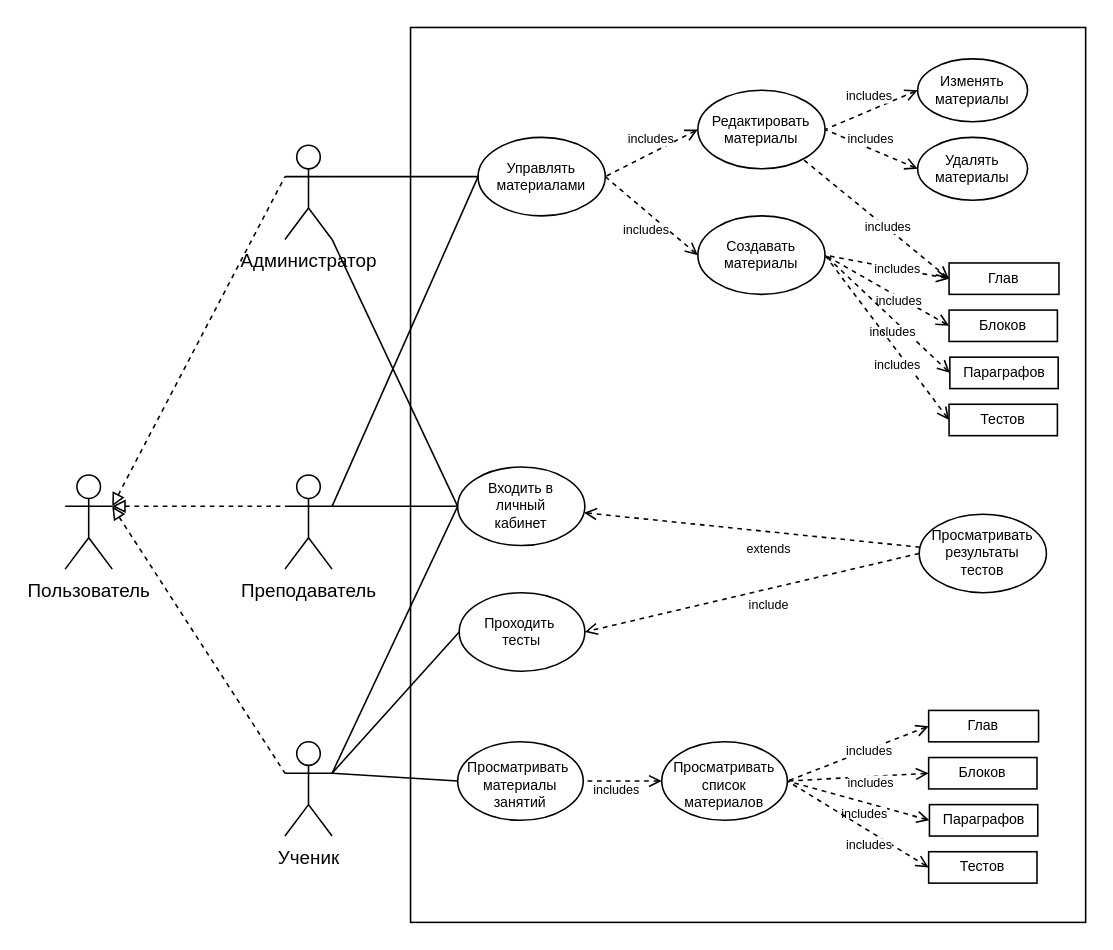
The draw.io diagram Use case diagramm.drawio in JSamuraiL/drawio, before the edit. Source tidied: cells renumbered, new cells numbered last; positions are measured from the earlier drawing's top-left corner, leaving out a move shared by most shapes. Both pictures are drawn from the tidied source at 157%, with x=0, y=0 at pixel (64, 27).
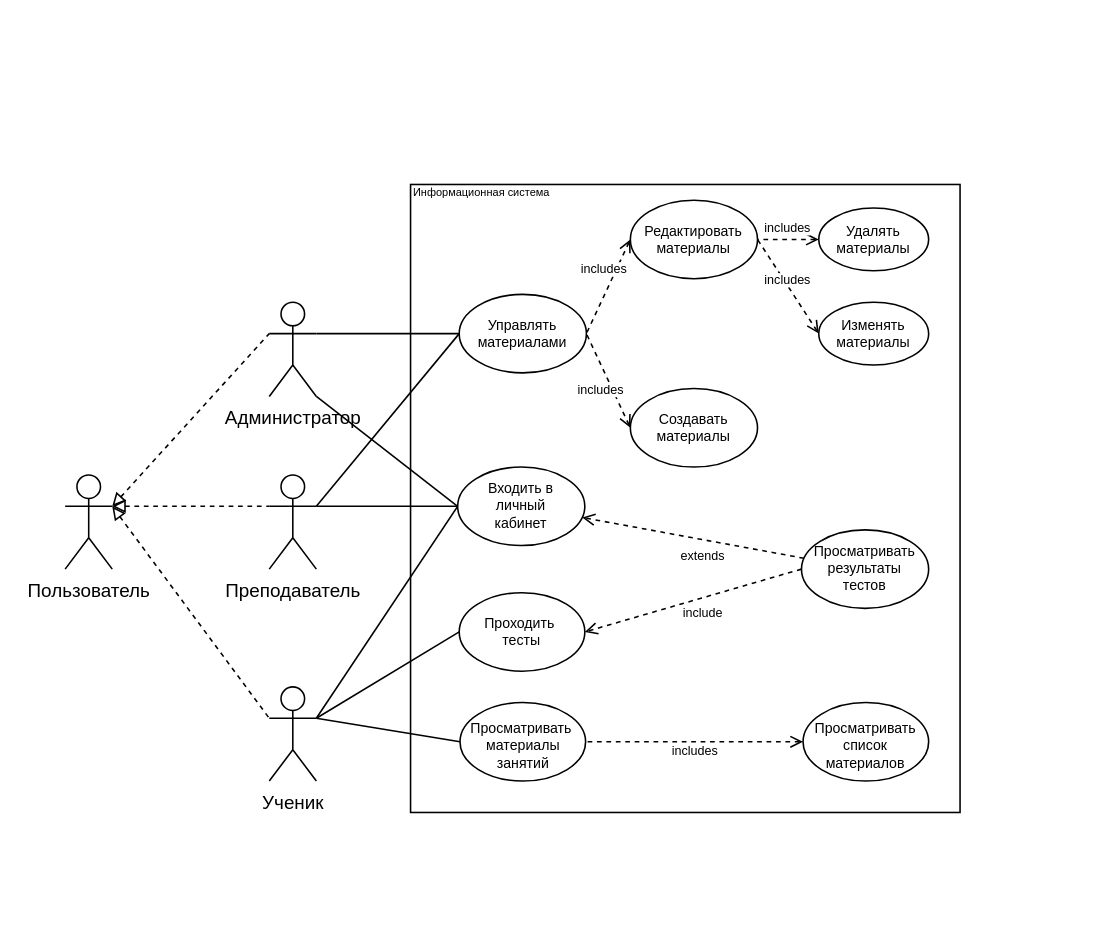
The same page after the edit.

The change refers to these unchanged cells:
```xml
<mxCell id="46" style="rounded=0;jettySize=auto;dashed=1;html=1;endArrow=none;startFill=0;startArrow=open;exitX=0;exitY=0.5;exitDx=0;exitDy=0;entryX=1;entryY=0.5;entryDx=0;entryDy=0;" parent="1" edge="1" source="39" target="42">
  <mxGeometry relative="1" as="geometry" />
</mxCell>
```

Diff of the diagram source:
```diff
@@
     <mxCell id="2" style="rounded=0;whiteSpace=wrap;html=1;" parent="1" vertex="1">
-      <mxGeometry x="220" width="430" height="570" as="geometry" />
+      <mxGeometry x="220" y="100" width="350" height="400" as="geometry" />
     </mxCell>
@@
     <mxCell id="4" value="Просматривать&amp;nbsp;&lt;br&gt;материалы&lt;br&gt;занятий" style="ellipse;whiteSpace=wrap;html=1;fontSize=9;align=center;spacing=2;spacingTop=5;" parent="1" vertex="1">
-      <mxGeometry x="250" y="455" width="80" height="50" as="geometry" />
+      <mxGeometry x="251.5" y="430" width="80" height="50" as="geometry" />
     </mxCell>
     <mxCell id="5" value="Администратор" style="shape=umlActor;verticalLabelPosition=bottom;verticalAlign=top;html=1;outlineConnect=0;" parent="1" vertex="1">
-      <mxGeometry x="140" y="75" width="30" height="60" as="geometry" />
+      <mxGeometry x="130" y="175" width="30" height="60" as="geometry" />
     </mxCell>
@@
     <mxCell id="7" value="Преподаватель" style="shape=umlActor;verticalLabelPosition=bottom;verticalAlign=top;html=1;outlineConnect=0;" parent="1" vertex="1">
-      <mxGeometry x="140" y="285" width="30" height="60" as="geometry" />
+      <mxGeometry x="130" y="285" width="30" height="60" as="geometry" />
     </mxCell>
     <mxCell id="8" value="Ученик" style="shape=umlActor;verticalLabelPosition=bottom;verticalAlign=top;html=1;outlineConnect=0;" parent="1" vertex="1">
-      <mxGeometry x="140" y="455" width="30" height="60" as="geometry" />
+      <mxGeometry x="130" y="420" width="30" height="60" as="geometry" />
     </mxCell>
@@
     <mxCell id="20" value="Просматривать&lt;br&gt;результаты&lt;br&gt;тестов" style="ellipse;whiteSpace=wrap;html=1;fontSize=9;" parent="1" vertex="1">
-      <mxGeometry x="544" y="310" width="81" height="50" as="geometry" />
+      <mxGeometry x="469" y="320" width="81" height="50" as="geometry" />
     </mxCell>
     <mxCell id="21" value="Просматривать&lt;br&gt;список&lt;br&gt;материалов" style="ellipse;whiteSpace=wrap;html=1;fontSize=9;align=center;spacing=2;spacingTop=5;" parent="1" vertex="1">
-      <mxGeometry x="380" y="455" width="80" height="50" as="geometry" />
+      <mxGeometry x="470" y="430" width="80" height="50" as="geometry" />
     </mxCell>
-    <mxCell id="22" value="Глав" style="rounded=0;whiteSpace=wrap;html=1;strokeColor=default;align=center;verticalAlign=middle;spacingTop=0;spacing=2;fontFamily=Helvetica;fontSize=9;fontColor=default;fillColor=default;" parent="1" vertex="1">
-      <mxGeometry x="550" y="435" width="70" height="20" as="geometry" />
-    </mxCell>
-    <mxCell id="23" value="Блоков" style="rounded=0;whiteSpace=wrap;html=1;strokeColor=default;align=center;verticalAlign=middle;spacingTop=0;spacing=2;fontFamily=Helvetica;fontSize=9;fontColor=default;fillColor=default;" parent="1" vertex="1">
-      <mxGeometry x="550" y="465" width="69" height="20" as="geometry" />
-    </mxCell>
-    <mxCell id="24" value="Параграфов" style="rounded=0;whiteSpace=wrap;html=1;strokeColor=default;align=center;verticalAlign=middle;spacingTop=0;spacing=2;fontFamily=Helvetica;fontSize=9;fontColor=default;fillColor=default;" parent="1" vertex="1">
-      <mxGeometry x="550.5" y="495" width="69" height="20" as="geometry" />
-    </mxCell>
-    <mxCell id="25" value="Тестов" style="rounded=0;whiteSpace=wrap;html=1;strokeColor=default;align=center;verticalAlign=middle;spacingTop=0;spacing=2;fontFamily=Helvetica;fontSize=9;fontColor=default;fillColor=default;" parent="1" vertex="1">
-      <mxGeometry x="550" y="525" width="69" height="20" as="geometry" />
-    </mxCell>
-    <mxCell id="26" style="rounded=0;jettySize=auto;dashed=1;html=1;endArrow=none;startFill=0;startArrow=open;exitX=0;exitY=0.5;exitDx=0;exitDy=0;entryX=1;entryY=0.5;entryDx=0;entryDy=0;" parent="1" edge="1" source="22" target="21">
-      <mxGeometry relative="1" as="geometry" />
-    </mxCell>
-    <mxCell id="27" value="includes" style="edgeLabel;html=1;align=center;verticalAlign=middle;fontSize=8;" parent="26" vertex="1">
-      <mxGeometry x="-0.11" y="-1" relative="1" as="geometry">
-        <mxPoint x="2" y="1" as="offset" />
-      </mxGeometry>
-    </mxCell>
-    <mxCell id="28" style="rounded=0;jettySize=auto;dashed=1;html=1;endArrow=none;startFill=0;startArrow=open;exitX=0;exitY=0.5;exitDx=0;exitDy=0;entryX=1;entryY=0.5;entryDx=0;entryDy=0;" parent="1" edge="1" source="23" target="21">
-      <mxGeometry relative="1" as="geometry" />
-    </mxCell>
-    <mxCell id="29" value="includes" style="edgeLabel;html=1;align=center;verticalAlign=middle;fontSize=8;" parent="28" vertex="1">
-      <mxGeometry x="-0.11" y="-1" relative="1" as="geometry">
-        <mxPoint x="2" y="4" as="offset" />
-      </mxGeometry>
-    </mxCell>
-    <mxCell id="30" style="rounded=0;jettySize=auto;dashed=1;html=1;endArrow=none;startFill=0;startArrow=open;exitX=0;exitY=0.5;exitDx=0;exitDy=0;entryX=1;entryY=0.5;entryDx=0;entryDy=0;" parent="1" edge="1" source="24" target="21">
-      <mxGeometry relative="1" as="geometry" />
-    </mxCell>
-    <mxCell id="31" value="includes" style="edgeLabel;html=1;align=center;verticalAlign=middle;fontSize=8;" parent="30" vertex="1">
-      <mxGeometry x="-0.11" y="-1" relative="1" as="geometry">
-        <mxPoint x="-2" y="8" as="offset" />
-      </mxGeometry>
-    </mxCell>
-    <mxCell id="32" style="rounded=0;jettySize=auto;dashed=1;html=1;endArrow=none;startFill=0;startArrow=open;exitX=0;exitY=0.5;exitDx=0;exitDy=0;entryX=1;entryY=0.5;entryDx=0;entryDy=0;" parent="1" edge="1" source="25" target="21">
-      <mxGeometry relative="1" as="geometry" />
-    </mxCell>
-    <mxCell id="33" value="includes" style="edgeLabel;html=1;align=center;verticalAlign=middle;fontSize=8;" parent="32" vertex="1">
-      <mxGeometry x="-0.11" y="-1" relative="1" as="geometry">
-        <mxPoint x="1" y="11" as="offset" />
-      </mxGeometry>
-    </mxCell>
@@
     <mxCell id="38" value="Редактировать&lt;br&gt;материалы" style="ellipse;whiteSpace=wrap;html=1;fontSize=9;" parent="1" vertex="1">
-      <mxGeometry x="403" y="40" width="81" height="50" as="geometry" />
+      <mxGeometry x="360" y="110" width="81" height="50" as="geometry" />
     </mxCell>
     <mxCell id="39" value="Создавать&lt;br&gt;материалы" style="ellipse;whiteSpace=wrap;html=1;fontSize=9;" parent="1" vertex="1">
-      <mxGeometry x="403" y="120" width="81" height="50" as="geometry" />
+      <mxGeometry x="360" y="230" width="81" height="50" as="geometry" />
     </mxCell>
     <mxCell id="40" value="Изменять&lt;br&gt;материалы" style="ellipse;whiteSpace=wrap;html=1;fontSize=9;" parent="1" vertex="1">
-      <mxGeometry x="543" y="20" width="70" height="40" as="geometry" />
+      <mxGeometry x="480" y="175" width="70" height="40" as="geometry" />
     </mxCell>
     <mxCell id="41" value="Удалять&lt;br&gt;материалы" style="ellipse;whiteSpace=wrap;html=1;fontSize=9;" parent="1" vertex="1">
-      <mxGeometry x="543" y="70" width="70" height="40" as="geometry" />
+      <mxGeometry x="480" y="115" width="70" height="40" as="geometry" />
     </mxCell>
     <mxCell id="42" value="Управлять&lt;br&gt;материалами" style="ellipse;whiteSpace=wrap;html=1;fontSize=9;" parent="1" vertex="1">
-      <mxGeometry x="263" y="70" width="81" height="50" as="geometry" />
+      <mxGeometry x="251" y="170" width="81" height="50" as="geometry" />
     </mxCell>
@@
     <mxCell id="47" value="includes" style="edgeLabel;html=1;align=center;verticalAlign=middle;fontSize=8;" parent="46" vertex="1">
       <mxGeometry x="-0.11" y="-1" relative="1" as="geometry">
-        <mxPoint x="-8" y="6" as="offset" />
+        <mxPoint x="-8" y="2" as="offset" />
       </mxGeometry>
     </mxCell>
@@
-    <mxCell id="52" value="Глав" style="rounded=0;whiteSpace=wrap;html=1;strokeColor=default;align=center;verticalAlign=middle;spacingTop=0;spacing=2;fontFamily=Helvetica;fontSize=9;fontColor=default;fillColor=default;" parent="1" vertex="1">
-      <mxGeometry x="563" y="150" width="70" height="20" as="geometry" />
-    </mxCell>
-    <mxCell id="53" value="Блоков" style="rounded=0;whiteSpace=wrap;html=1;strokeColor=default;align=center;verticalAlign=middle;spacingTop=0;spacing=2;fontFamily=Helvetica;fontSize=9;fontColor=default;fillColor=default;" parent="1" vertex="1">
-      <mxGeometry x="563" y="180" width="69" height="20" as="geometry" />
-    </mxCell>
-    <mxCell id="54" value="Параграфов" style="rounded=0;whiteSpace=wrap;html=1;strokeColor=default;align=center;verticalAlign=middle;spacingTop=0;spacing=2;fontFamily=Helvetica;fontSize=9;fontColor=default;fillColor=default;" parent="1" vertex="1">
-      <mxGeometry x="563.5" y="210" width="69" height="20" as="geometry" />
-    </mxCell>
-    <mxCell id="55" value="Тестов" style="rounded=0;whiteSpace=wrap;html=1;strokeColor=default;align=center;verticalAlign=middle;spacingTop=0;spacing=2;fontFamily=Helvetica;fontSize=9;fontColor=default;fillColor=default;" parent="1" vertex="1">
-      <mxGeometry x="563" y="240" width="69" height="20" as="geometry" />
-    </mxCell>
-    <mxCell id="56" style="rounded=0;jettySize=auto;dashed=1;html=1;endArrow=none;startFill=0;startArrow=open;exitX=0;exitY=0.5;exitDx=0;exitDy=0;entryX=1;entryY=0.5;entryDx=0;entryDy=0;" parent="1" edge="1" source="52" target="39">
-      <mxGeometry relative="1" as="geometry" />
-    </mxCell>
-    <mxCell id="57" value="includes" style="edgeLabel;html=1;align=center;verticalAlign=middle;fontSize=8;" parent="56" vertex="1">
-      <mxGeometry x="-0.11" y="-1" relative="1" as="geometry">
-        <mxPoint x="2" y="1" as="offset" />
-      </mxGeometry>
-    </mxCell>
-    <mxCell id="58" style="rounded=0;jettySize=auto;dashed=1;html=1;endArrow=none;startFill=0;startArrow=open;exitX=0;exitY=0.5;exitDx=0;exitDy=0;entryX=1;entryY=0.5;entryDx=0;entryDy=0;" parent="1" edge="1" source="53" target="39">
-      <mxGeometry relative="1" as="geometry" />
-    </mxCell>
-    <mxCell id="59" value="includes" style="edgeLabel;html=1;align=center;verticalAlign=middle;fontSize=8;" parent="58" vertex="1">
-      <mxGeometry x="-0.11" y="-1" relative="1" as="geometry">
-        <mxPoint x="2" y="4" as="offset" />
-      </mxGeometry>
-    </mxCell>
-    <mxCell id="60" style="rounded=0;jettySize=auto;dashed=1;html=1;endArrow=none;startFill=0;startArrow=open;exitX=0;exitY=0.5;exitDx=0;exitDy=0;entryX=1;entryY=0.5;entryDx=0;entryDy=0;" parent="1" edge="1" source="54" target="39">
-      <mxGeometry relative="1" as="geometry" />
-    </mxCell>
-    <mxCell id="61" value="includes" style="edgeLabel;html=1;align=center;verticalAlign=middle;fontSize=8;" parent="60" vertex="1">
-      <mxGeometry x="-0.11" y="-1" relative="1" as="geometry">
-        <mxPoint x="-2" y="8" as="offset" />
-      </mxGeometry>
-    </mxCell>
-    <mxCell id="62" style="rounded=0;jettySize=auto;dashed=1;html=1;endArrow=none;startFill=0;startArrow=open;exitX=0;exitY=0.5;exitDx=0;exitDy=0;entryX=1;entryY=0.5;entryDx=0;entryDy=0;" parent="1" edge="1" source="55" target="39">
-      <mxGeometry relative="1" as="geometry" />
-    </mxCell>
-    <mxCell id="63" value="includes" style="edgeLabel;html=1;align=center;verticalAlign=middle;fontSize=8;" parent="62" vertex="1">
-      <mxGeometry x="-0.11" y="-1" relative="1" as="geometry">
-        <mxPoint x="1" y="11" as="offset" />
-      </mxGeometry>
-    </mxCell>
-    <mxCell id="64" style="rounded=0;jettySize=auto;dashed=1;html=1;endArrow=none;startFill=0;startArrow=open;exitX=0;exitY=0.5;exitDx=0;exitDy=0;entryX=0.821;entryY=0.872;entryDx=0;entryDy=0;entryPerimeter=0;" parent="1" edge="1" source="52" target="38">
-      <mxGeometry relative="1" as="geometry" />
-    </mxCell>
-    <mxCell id="65" value="includes" style="edgeLabel;html=1;align=center;verticalAlign=middle;fontSize=8;" parent="64" vertex="1">
-      <mxGeometry x="-0.11" y="-1" relative="1" as="geometry">
-        <mxPoint x="2" y="1" as="offset" />
-      </mxGeometry>
-    </mxCell>
@@
+    <mxCell id="67" value="&lt;font style=&quot;font-size: 7px;&quot;&gt;Информаци&lt;span style=&quot;background-color: transparent; color: light-dark(rgb(0, 0, 0), rgb(255, 255, 255));&quot;&gt;онная система&lt;/span&gt;&lt;/font&gt;" style="text;html=1;align=left;verticalAlign=top;whiteSpace=wrap;rounded=0;labelPosition=center;verticalLabelPosition=middle;" parent="1" vertex="1">
+      <mxGeometry x="220" y="90" width="100" height="10" as="geometry" />
+    </mxCell>
```
